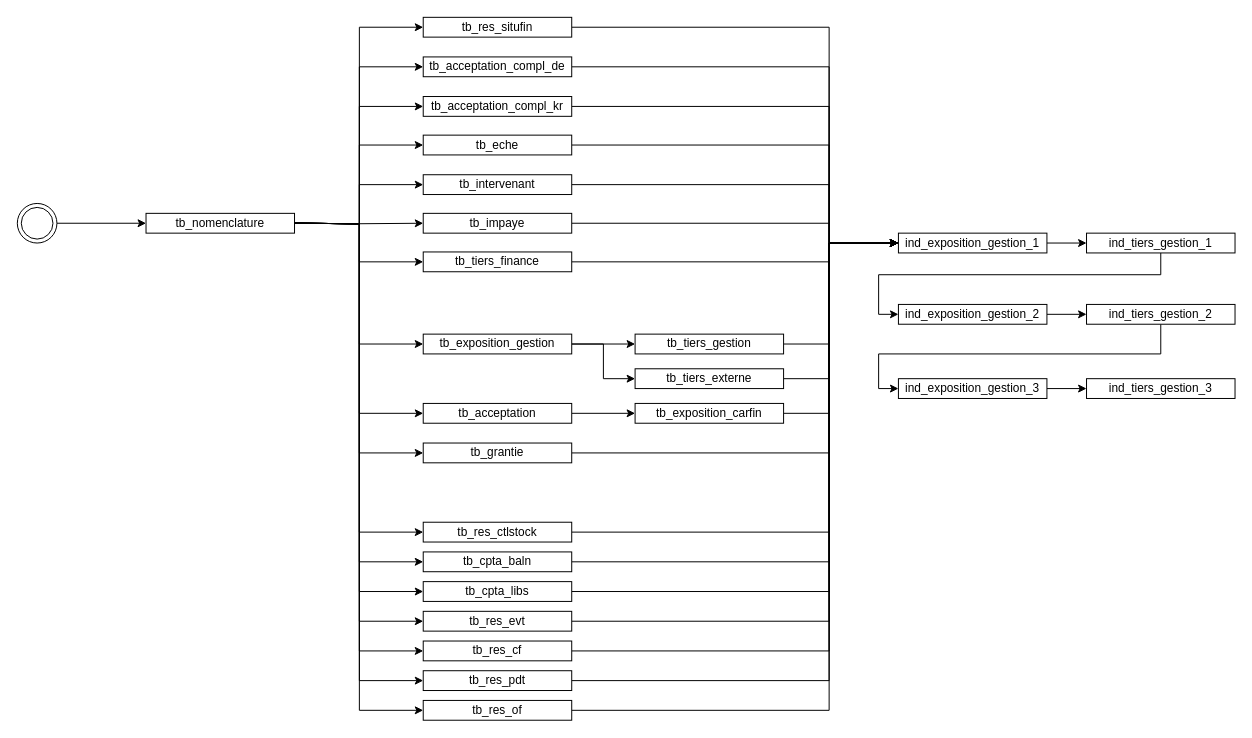
Earlier version of the draw.io diagram page "loading_order" (1 of 22) of schema_laurent.drawio (wunyu/drawio). Source tidied: cells renumbered, new cells numbered last; positions are measured from the earlier drawing's top-left corner, leaving out a move shared by most shapes. Both pictures are drawn from the tidied source at 99%, with x=0, y=0 at pixel (17, 17).
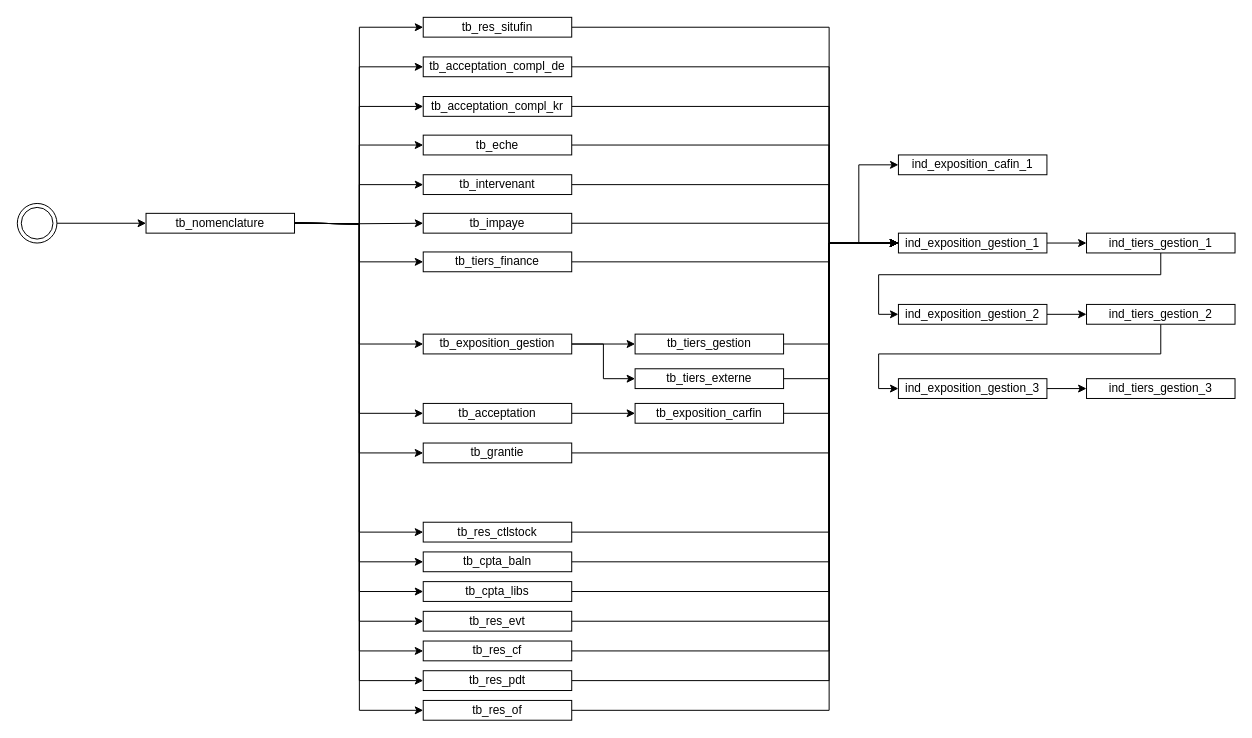
After the change.

What changed in the source:
```diff
@@
+    <mxCell id="74" value="ind_exposition_cafin_1" style="whiteSpace=wrap;html=1;" parent="1" vertex="1">
+      <mxGeometry x="890" y="139" width="150" height="20" as="geometry" />
+    </mxCell>
+    <mxCell id="75" style="edgeStyle=orthogonalEdgeStyle;rounded=0;jettySize=auto;html=1;entryX=0;entryY=0.5;entryDx=0;entryDy=0;" parent="1" edge="1" target="74">
+      <mxGeometry relative="1" as="geometry">
+        <mxPoint x="820" y="228" as="sourcePoint" />
+        <Array as="points">
+          <mxPoint x="850" y="228" />
+          <mxPoint x="850" y="149" />
+        </Array>
+      </mxGeometry>
+    </mxCell>
```
